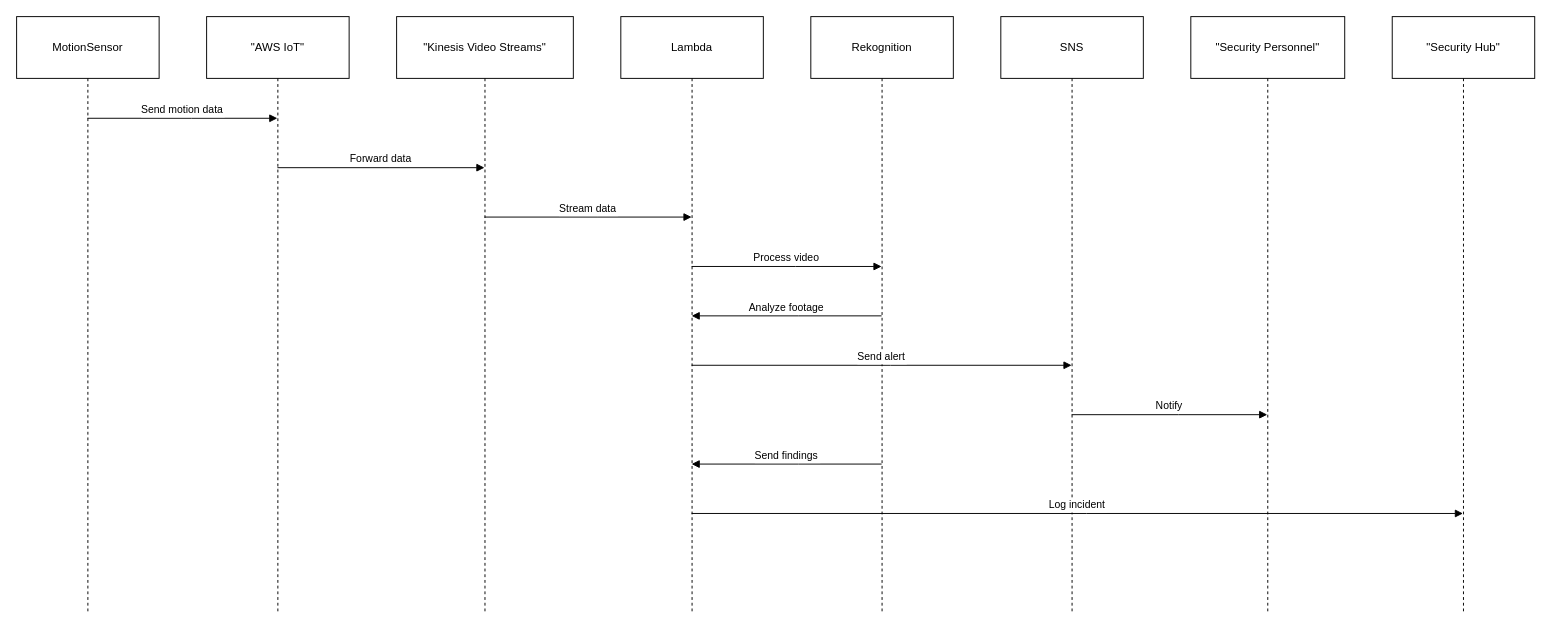
Earlier version of the draw.io diagram page "ATM-Surv-Mon" (8 of 11) of CheckBalanceDiagram.drawio (rajeevattu/starter-rest-api). Source tidied: cells renumbered, new cells numbered last; positions are measured from the earlier drawing's top-left corner, leaving out a move shared by most shapes. Both pictures are drawn from the tidied source at 95%, with x=0, y=0 at pixel (16, 16).
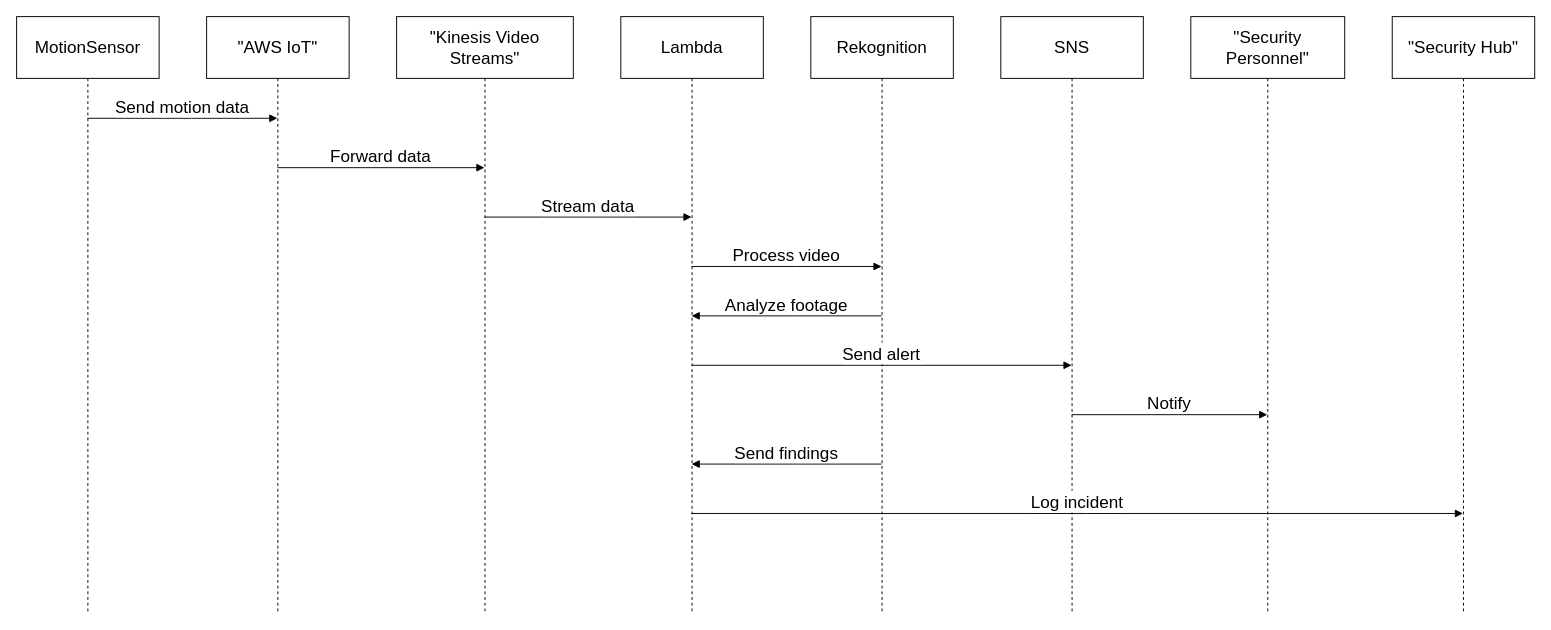
The same page after the edit.

Diff of the diagram source:
```diff
@@
-    <mxCell id="2" value="MotionSensor" style="shape=umlLifeline;perimeter=lifelinePerimeter;whiteSpace=wrap;outlineConnect=0;portConstraint=eastwest;newEdgeStyle={&quot;edgeStyle&quot;:&quot;elbowEdgeStyle&quot;,&quot;elbow&quot;:&quot;vertical&quot;,&quot;curved&quot;:0,&quot;rounded&quot;:0};size=65;" parent="1" vertex="1">
+    <mxCell id="2" value="MotionSensor" style="shape=umlLifeline;perimeter=lifelinePerimeter;whiteSpace=wrap;outlineConnect=0;portConstraint=eastwest;newEdgeStyle={&quot;edgeStyle&quot;:&quot;elbowEdgeStyle&quot;,&quot;elbow&quot;:&quot;vertical&quot;,&quot;curved&quot;:0,&quot;rounded&quot;:0};size=65;fontSize=18;" parent="1" vertex="1">
       <mxGeometry width="150" height="628" as="geometry" />
     </mxCell>
-    <mxCell id="3" value="&quot;AWS IoT&quot;" style="shape=umlLifeline;perimeter=lifelinePerimeter;whiteSpace=wrap;outlineConnect=0;portConstraint=eastwest;newEdgeStyle={&quot;edgeStyle&quot;:&quot;elbowEdgeStyle&quot;,&quot;elbow&quot;:&quot;vertical&quot;,&quot;curved&quot;:0,&quot;rounded&quot;:0};size=65;" parent="1" vertex="1">
+    <mxCell id="3" value="&quot;AWS IoT&quot;" style="shape=umlLifeline;perimeter=lifelinePerimeter;whiteSpace=wrap;outlineConnect=0;portConstraint=eastwest;newEdgeStyle={&quot;edgeStyle&quot;:&quot;elbowEdgeStyle&quot;,&quot;elbow&quot;:&quot;vertical&quot;,&quot;curved&quot;:0,&quot;rounded&quot;:0};size=65;fontSize=18;" parent="1" vertex="1">
       <mxGeometry x="200" width="150" height="628" as="geometry" />
     </mxCell>
-    <mxCell id="4" value="&quot;Kinesis Video Streams&quot;" style="shape=umlLifeline;perimeter=lifelinePerimeter;whiteSpace=wrap;outlineConnect=0;portConstraint=eastwest;newEdgeStyle={&quot;edgeStyle&quot;:&quot;elbowEdgeStyle&quot;,&quot;elbow&quot;:&quot;vertical&quot;,&quot;curved&quot;:0,&quot;rounded&quot;:0};size=65;" parent="1" vertex="1">
+    <mxCell id="4" value="&quot;Kinesis Video Streams&quot;" style="shape=umlLifeline;perimeter=lifelinePerimeter;whiteSpace=wrap;outlineConnect=0;portConstraint=eastwest;newEdgeStyle={&quot;edgeStyle&quot;:&quot;elbowEdgeStyle&quot;,&quot;elbow&quot;:&quot;vertical&quot;,&quot;curved&quot;:0,&quot;rounded&quot;:0};size=65;fontSize=18;" parent="1" vertex="1">
       <mxGeometry x="400" width="186" height="628" as="geometry" />
     </mxCell>
-    <mxCell id="5" value="Lambda" style="shape=umlLifeline;perimeter=lifelinePerimeter;whiteSpace=wrap;outlineConnect=0;portConstraint=eastwest;newEdgeStyle={&quot;edgeStyle&quot;:&quot;elbowEdgeStyle&quot;,&quot;elbow&quot;:&quot;vertical&quot;,&quot;curved&quot;:0,&quot;rounded&quot;:0};size=65;" parent="1" vertex="1">
+    <mxCell id="5" value="Lambda" style="shape=umlLifeline;perimeter=lifelinePerimeter;whiteSpace=wrap;outlineConnect=0;portConstraint=eastwest;newEdgeStyle={&quot;edgeStyle&quot;:&quot;elbowEdgeStyle&quot;,&quot;elbow&quot;:&quot;vertical&quot;,&quot;curved&quot;:0,&quot;rounded&quot;:0};size=65;fontSize=18;" parent="1" vertex="1">
       <mxGeometry x="636" width="150" height="628" as="geometry" />
     </mxCell>
-    <mxCell id="6" value="Rekognition" style="shape=umlLifeline;perimeter=lifelinePerimeter;whiteSpace=wrap;outlineConnect=0;portConstraint=eastwest;newEdgeStyle={&quot;edgeStyle&quot;:&quot;elbowEdgeStyle&quot;,&quot;elbow&quot;:&quot;vertical&quot;,&quot;curved&quot;:0,&quot;rounded&quot;:0};size=65;" parent="1" vertex="1">
+    <mxCell id="6" value="Rekognition" style="shape=umlLifeline;perimeter=lifelinePerimeter;whiteSpace=wrap;outlineConnect=0;portConstraint=eastwest;newEdgeStyle={&quot;edgeStyle&quot;:&quot;elbowEdgeStyle&quot;,&quot;elbow&quot;:&quot;vertical&quot;,&quot;curved&quot;:0,&quot;rounded&quot;:0};size=65;fontSize=18;" parent="1" vertex="1">
       <mxGeometry x="836" width="150" height="628" as="geometry" />
     </mxCell>
-    <mxCell id="7" value="SNS" style="shape=umlLifeline;perimeter=lifelinePerimeter;whiteSpace=wrap;outlineConnect=0;portConstraint=eastwest;newEdgeStyle={&quot;edgeStyle&quot;:&quot;elbowEdgeStyle&quot;,&quot;elbow&quot;:&quot;vertical&quot;,&quot;curved&quot;:0,&quot;rounded&quot;:0};size=65;" parent="1" vertex="1">
+    <mxCell id="7" value="SNS" style="shape=umlLifeline;perimeter=lifelinePerimeter;whiteSpace=wrap;outlineConnect=0;portConstraint=eastwest;newEdgeStyle={&quot;edgeStyle&quot;:&quot;elbowEdgeStyle&quot;,&quot;elbow&quot;:&quot;vertical&quot;,&quot;curved&quot;:0,&quot;rounded&quot;:0};size=65;fontSize=18;" parent="1" vertex="1">
       <mxGeometry x="1036" width="150" height="628" as="geometry" />
     </mxCell>
-    <mxCell id="8" value="&quot;Security Personnel&quot;" style="shape=umlLifeline;perimeter=lifelinePerimeter;whiteSpace=wrap;outlineConnect=0;portConstraint=eastwest;newEdgeStyle={&quot;edgeStyle&quot;:&quot;elbowEdgeStyle&quot;,&quot;elbow&quot;:&quot;vertical&quot;,&quot;curved&quot;:0,&quot;rounded&quot;:0};size=65;" parent="1" vertex="1">
+    <mxCell id="8" value="&quot;Security Personnel&quot;" style="shape=umlLifeline;perimeter=lifelinePerimeter;whiteSpace=wrap;outlineConnect=0;portConstraint=eastwest;newEdgeStyle={&quot;edgeStyle&quot;:&quot;elbowEdgeStyle&quot;,&quot;elbow&quot;:&quot;vertical&quot;,&quot;curved&quot;:0,&quot;rounded&quot;:0};size=65;fontSize=18;" parent="1" vertex="1">
       <mxGeometry x="1236" width="162" height="628" as="geometry" />
     </mxCell>
-    <mxCell id="9" value="&quot;Security Hub&quot;" style="shape=umlLifeline;perimeter=lifelinePerimeter;whiteSpace=wrap;outlineConnect=0;portConstraint=eastwest;newEdgeStyle={&quot;edgeStyle&quot;:&quot;elbowEdgeStyle&quot;,&quot;elbow&quot;:&quot;vertical&quot;,&quot;curved&quot;:0,&quot;rounded&quot;:0};size=65;" parent="1" vertex="1">
+    <mxCell id="9" value="&quot;Security Hub&quot;" style="shape=umlLifeline;perimeter=lifelinePerimeter;whiteSpace=wrap;outlineConnect=0;portConstraint=eastwest;newEdgeStyle={&quot;edgeStyle&quot;:&quot;elbowEdgeStyle&quot;,&quot;elbow&quot;:&quot;vertical&quot;,&quot;curved&quot;:0,&quot;rounded&quot;:0};size=65;fontSize=18;" parent="1" vertex="1">
       <mxGeometry x="1448" width="150" height="628" as="geometry" />
     </mxCell>
-    <mxCell id="10" value="Send motion data" style="verticalAlign=bottom;endArrow=block;edgeStyle=elbowEdgeStyle;elbow=vertical;curved=0;rounded=0;" parent="1" edge="1" source="2" target="3">
+    <mxCell id="10" value="Send motion data" style="verticalAlign=bottom;endArrow=block;edgeStyle=elbowEdgeStyle;elbow=vertical;curved=0;rounded=0;fontSize=18;" parent="1" edge="1" source="2" target="3">
       <mxGeometry relative="1" as="geometry">
         <Array as="points">
           <mxPoint x="184" y="107" />
         </Array>
       </mxGeometry>
     </mxCell>
-    <mxCell id="11" value="Forward data" style="verticalAlign=bottom;endArrow=block;edgeStyle=elbowEdgeStyle;elbow=vertical;curved=0;rounded=0;" parent="1" edge="1" source="3" target="4">
+    <mxCell id="11" value="Forward data" style="verticalAlign=bottom;endArrow=block;edgeStyle=elbowEdgeStyle;elbow=vertical;curved=0;rounded=0;fontSize=18;" parent="1" edge="1" source="3" target="4">
       <mxGeometry relative="1" as="geometry">
         <Array as="points">
           <mxPoint x="393" y="159" />
         </Array>
       </mxGeometry>
     </mxCell>
-    <mxCell id="12" value="Stream data" style="verticalAlign=bottom;endArrow=block;edgeStyle=elbowEdgeStyle;elbow=vertical;curved=0;rounded=0;" parent="1" edge="1" source="4" target="5">
+    <mxCell id="12" value="Stream data" style="verticalAlign=bottom;endArrow=block;edgeStyle=elbowEdgeStyle;elbow=vertical;curved=0;rounded=0;fontSize=18;" parent="1" edge="1" source="4" target="5">
       <mxGeometry relative="1" as="geometry">
         <Array as="points">
           <mxPoint x="611" y="211" />
         </Array>
       </mxGeometry>
     </mxCell>
-    <mxCell id="13" value="Process video" style="verticalAlign=bottom;endArrow=block;edgeStyle=elbowEdgeStyle;elbow=vertical;curved=0;rounded=0;" parent="1" edge="1" source="5" target="6">
+    <mxCell id="13" value="Process video" style="verticalAlign=bottom;endArrow=block;edgeStyle=elbowEdgeStyle;elbow=vertical;curved=0;rounded=0;fontSize=18;" parent="1" edge="1" source="5" target="6">
       <mxGeometry relative="1" as="geometry">
         <Array as="points">
           <mxPoint x="820" y="263" />
         </Array>
       </mxGeometry>
     </mxCell>
-    <mxCell id="14" value="Analyze footage" style="verticalAlign=bottom;endArrow=block;edgeStyle=elbowEdgeStyle;elbow=vertical;curved=0;rounded=0;" parent="1" edge="1" source="6" target="5">
+    <mxCell id="14" value="Analyze footage" style="verticalAlign=bottom;endArrow=block;edgeStyle=elbowEdgeStyle;elbow=vertical;curved=0;rounded=0;fontSize=18;" parent="1" edge="1" source="6" target="5">
       <mxGeometry relative="1" as="geometry">
         <Array as="points">
           <mxPoint x="823" y="315" />
         </Array>
       </mxGeometry>
     </mxCell>
-    <mxCell id="15" value="Send alert" style="verticalAlign=bottom;endArrow=block;edgeStyle=elbowEdgeStyle;elbow=vertical;curved=0;rounded=0;" parent="1" edge="1" source="5" target="7">
+    <mxCell id="15" value="Send alert" style="verticalAlign=bottom;endArrow=block;edgeStyle=elbowEdgeStyle;elbow=vertical;curved=0;rounded=0;fontSize=18;" parent="1" edge="1" source="5" target="7">
       <mxGeometry relative="1" as="geometry">
         <Array as="points">
           <mxPoint x="920" y="367" />
         </Array>
       </mxGeometry>
     </mxCell>
-    <mxCell id="16" value="Notify" style="verticalAlign=bottom;endArrow=block;edgeStyle=elbowEdgeStyle;elbow=vertical;curved=0;rounded=0;" parent="1" edge="1" source="7" target="8">
+    <mxCell id="16" value="Notify" style="verticalAlign=bottom;endArrow=block;edgeStyle=elbowEdgeStyle;elbow=vertical;curved=0;rounded=0;fontSize=18;" parent="1" edge="1" source="7" target="8">
       <mxGeometry relative="1" as="geometry">
         <Array as="points">
           <mxPoint x="1223" y="419" />
         </Array>
       </mxGeometry>
     </mxCell>
-    <mxCell id="17" value="Send findings" style="verticalAlign=bottom;endArrow=block;edgeStyle=elbowEdgeStyle;elbow=vertical;curved=0;rounded=0;" parent="1" edge="1" source="6" target="5">
+    <mxCell id="17" value="Send findings" style="verticalAlign=bottom;endArrow=block;edgeStyle=elbowEdgeStyle;elbow=vertical;curved=0;rounded=0;fontSize=18;" parent="1" edge="1" source="6" target="5">
       <mxGeometry relative="1" as="geometry">
         <Array as="points">
           <mxPoint x="823" y="471" />
         </Array>
       </mxGeometry>
     </mxCell>
-    <mxCell id="18" value="Log incident" style="verticalAlign=bottom;endArrow=block;edgeStyle=elbowEdgeStyle;elbow=vertical;curved=0;rounded=0;" parent="1" edge="1" source="5" target="9">
+    <mxCell id="18" value="Log incident" style="verticalAlign=bottom;endArrow=block;edgeStyle=elbowEdgeStyle;elbow=vertical;curved=0;rounded=0;fontSize=18;" parent="1" edge="1" source="5" target="9">
       <mxGeometry relative="1" as="geometry">
         <Array as="points">
           <mxPoint x="1126" y="523" />
         </Array>
       </mxGeometry>
     </mxCell>
```
